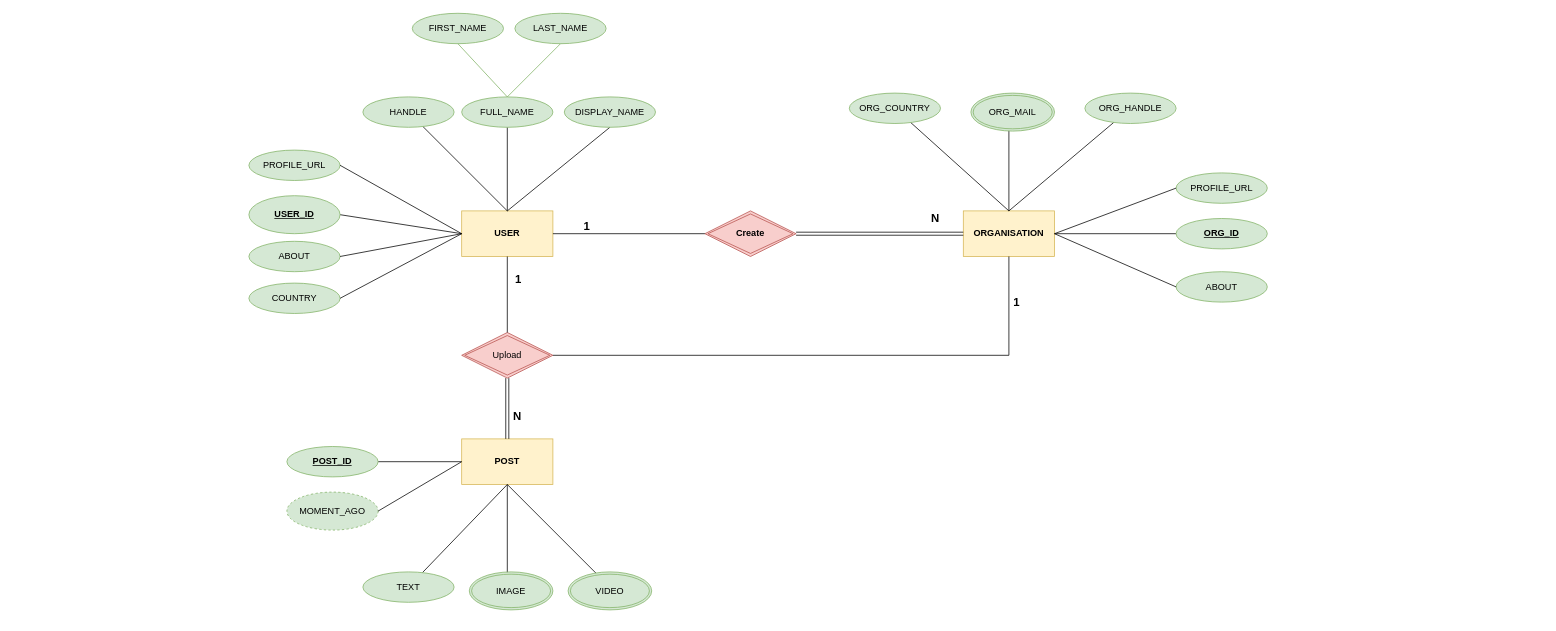
The draw.io diagram codelabz.drawio in mohdhaider07/DrumKit, before the edit. Source tidied: cells renumbered, new cells numbered last; positions are measured from the earlier drawing's top-left corner, leaving out a move shared by most shapes. Both pictures are drawn from the tidied source at 76%, with x=0, y=0 at pixel (249, 13).
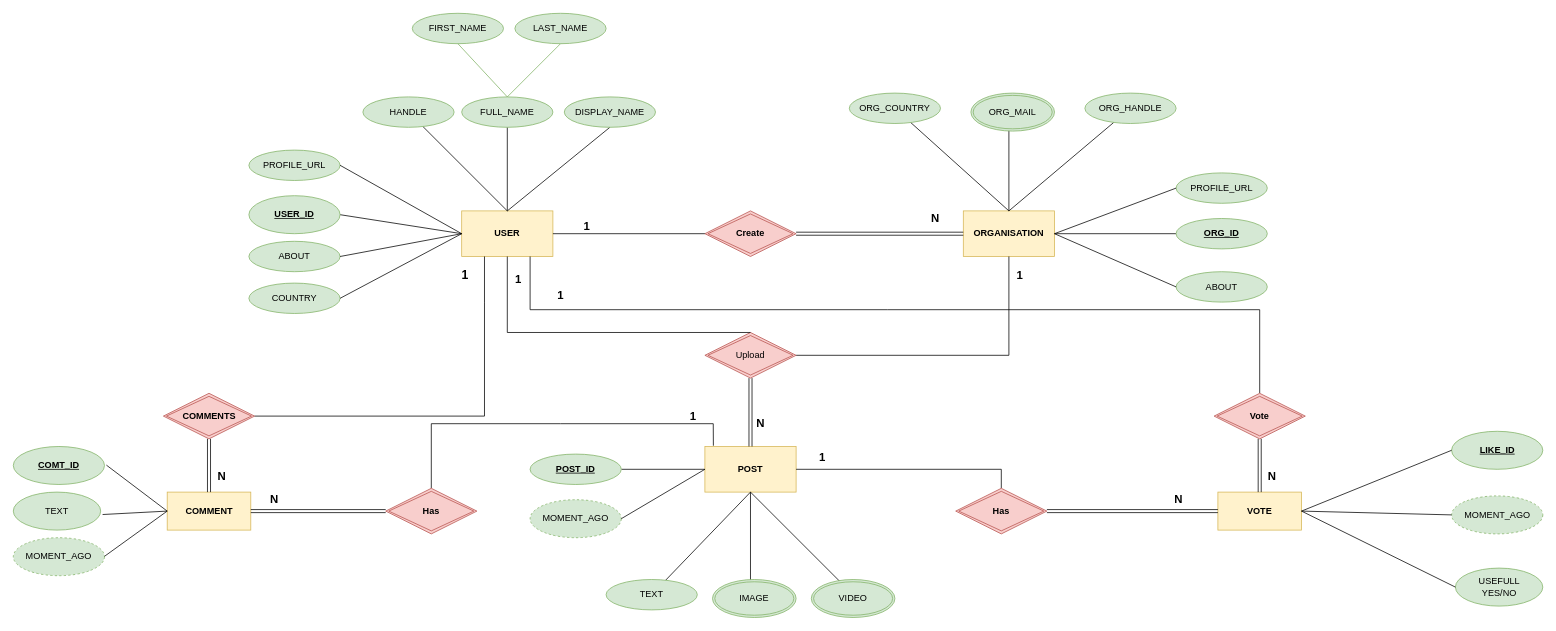
Above is the later version.

Unchanged cells that the change refers to:
```xml
<mxCell id="2" value="USER" style="rounded=0;whiteSpace=wrap;html=1;fillColor=#fff2cc;strokeColor=#d6b656;fontStyle=1;" parent="1" vertex="1">
  <mxGeometry x="280" y="260" width="120" height="60" as="geometry" />
</mxCell>
```

Diff of the diagram source:
```diff
@@
     <mxCell id="18" value="POST" style="rounded=0;whiteSpace=wrap;html=1;fillColor=#fff2cc;strokeColor=#d6b656;fontStyle=1;" parent="1" vertex="1">
-      <mxGeometry x="280" y="560" width="120" height="60" as="geometry" />
+      <mxGeometry x="600" y="570" width="120" height="60" as="geometry" />
     </mxCell>
     <mxCell id="19" style="endArrow=none;html=1;rounded=0;entryX=1;entryY=0.5;entryDx=0;entryDy=0;exitX=0;exitY=0.5;exitDx=0;exitDy=0;" parent="1" edge="1" target="20">
       <mxGeometry relative="1" as="geometry">
-        <mxPoint x="280" y="590" as="sourcePoint" />
+        <mxPoint x="600" y="600" as="sourcePoint" />
       </mxGeometry>
     </mxCell>
     <mxCell id="20" value="&lt;u&gt;POST_ID&lt;/u&gt;" style="ellipse;whiteSpace=wrap;html=1;fillColor=#d5e8d4;strokeColor=#82b366;fontStyle=1;" parent="1" vertex="1">
-      <mxGeometry x="50" y="570" width="120" height="40" as="geometry" />
+      <mxGeometry x="370" y="580" width="120" height="40" as="geometry" />
     </mxCell>
     <mxCell id="21" style="endArrow=none;html=1;rounded=0;" parent="1" edge="1">
       <mxGeometry relative="1" as="geometry">
-        <mxPoint x="340" y="620" as="sourcePoint" />
-        <mxPoint x="340" y="740" as="targetPoint" />
+        <mxPoint x="660" y="630" as="sourcePoint" />
+        <mxPoint x="660" y="750" as="targetPoint" />
       </mxGeometry>
     </mxCell>
@@
     <mxCell id="23" value="TEXT" style="ellipse;whiteSpace=wrap;html=1;fillColor=#d5e8d4;strokeColor=#82b366;" parent="1" vertex="1">
-      <mxGeometry x="150" y="735" width="120" height="40" as="geometry" />
+      <mxGeometry x="470" y="745" width="120" height="40" as="geometry" />
     </mxCell>
     <mxCell id="24" style="endArrow=none;html=1;rounded=0;exitX=0.5;exitY=1;exitDx=0;exitDy=0;" parent="1" edge="1" source="18">
       <mxGeometry relative="1" as="geometry">
-        <mxPoint x="461" y="741" as="targetPoint" />
+        <mxPoint x="781" y="751" as="targetPoint" />
       </mxGeometry>
     </mxCell>
@@
     <mxCell id="26" value="1" style="text;html=1;align=center;verticalAlign=middle;strokeColor=none;fillColor=none;fontSize=15;fontStyle=1;" parent="1" vertex="1">
-      <mxGeometry x="995" y="365" width="30" height="30" as="geometry" />
+      <mxGeometry x="395" y="355" width="30" height="30" as="geometry" />
     </mxCell>
     <mxCell id="27" value="IMAGE" style="ellipse;shape=doubleEllipse;margin=3;whiteSpace=wrap;html=1;align=center;fillColor=#d5e8d4;strokeColor=#82b366;" parent="1" vertex="1">
-      <mxGeometry x="290" y="735" width="110" height="50" as="geometry" />
+      <mxGeometry x="610" y="745" width="110" height="50" as="geometry" />
     </mxCell>
     <mxCell id="28" value="VIDEO" style="ellipse;shape=doubleEllipse;margin=3;whiteSpace=wrap;html=1;align=center;fillColor=#d5e8d4;strokeColor=#82b366;" parent="1" vertex="1">
-      <mxGeometry x="420" y="735" width="110" height="50" as="geometry" />
+      <mxGeometry x="740" y="745" width="110" height="50" as="geometry" />
     </mxCell>
@@
     <mxCell id="38" value="Upload" style="shape=rhombus;double=1;perimeter=rhombusPerimeter;whiteSpace=wrap;html=1;align=center;fillColor=#f8cecc;strokeColor=#b85450;" parent="1" vertex="1">
-      <mxGeometry x="280" y="420" width="120" height="60" as="geometry" />
+      <mxGeometry x="600" y="420" width="120" height="60" as="geometry" />
     </mxCell>
@@
     <mxCell id="40" style="endArrow=none;html=1;rounded=0;exitX=0.5;exitY=1;exitDx=0;exitDy=0;entryX=0.5;entryY=0;entryDx=0;entryDy=0;" parent="1" edge="1" source="2" target="38">
-      <mxGeometry relative="1" as="geometry" />
+      <mxGeometry relative="1" as="geometry">
+        <Array as="points">
+          <mxPoint x="340" y="420" />
+        </Array>
+      </mxGeometry>
     </mxCell>
     <mxCell id="41" value="1" style="html=1;whiteSpace=wrap;align=right;verticalAlign=bottom;fontSize=15;fontStyle=1;" parent="40" vertex="1">
       <mxGeometry x="1" relative="1" as="geometry">
-        <mxPoint x="20" y="-60" as="offset" />
+        <mxPoint x="-300" y="-60" as="offset" />
       </mxGeometry>
     </mxCell>
@@
     <mxCell id="48" value="MOMENT_AGO" style="ellipse;whiteSpace=wrap;html=1;align=center;dashed=1;fillColor=#d5e8d4;strokeColor=#82b366;" parent="1" vertex="1">
-      <mxGeometry x="50" y="630" width="120" height="50" as="geometry" />
+      <mxGeometry x="370" y="640" width="120" height="50" as="geometry" />
     </mxCell>
     <mxCell id="49" style="endArrow=none;html=1;rounded=0;entryX=1;entryY=0.5;entryDx=0;entryDy=0;" parent="1" edge="1" target="48">
       <mxGeometry relative="1" as="geometry">
-        <mxPoint x="280" y="590" as="sourcePoint" />
+        <mxPoint x="600" y="600" as="sourcePoint" />
       </mxGeometry>
     </mxCell>
@@
+    <mxCell id="57" value="COMMENT" style="whiteSpace=wrap;html=1;align=center;fontStyle=1;fillColor=#fff2cc;strokeColor=#d6b656;" parent="1" vertex="1">
+      <mxGeometry x="-107.5" y="630" width="110" height="50" as="geometry" />
+    </mxCell>
+    <mxCell id="58" value="TEXT" style="ellipse;whiteSpace=wrap;html=1;align=center;fontStyle=0;fillColor=#d5e8d4;strokeColor=#82b366;" parent="1" vertex="1">
+      <mxGeometry x="-310" y="630" width="115" height="50" as="geometry" />
+    </mxCell>
+    <mxCell id="59" value="COMT_ID" style="ellipse;whiteSpace=wrap;html=1;align=center;fontStyle=5;fillColor=#d5e8d4;strokeColor=#82b366;" parent="1" vertex="1">
+      <mxGeometry x="-310" y="570" width="120" height="50" as="geometry" />
+    </mxCell>
+    <mxCell id="60" value="MOMENT_AGO" style="ellipse;whiteSpace=wrap;html=1;align=center;dashed=1;fillColor=#d5e8d4;strokeColor=#82b366;fontStyle=0;" parent="1" vertex="1">
+      <mxGeometry x="-310" y="690" width="120" height="50" as="geometry" />
+    </mxCell>
+    <mxCell id="61" style="endArrow=none;html=1;rounded=0;entryX=0;entryY=0.5;entryDx=0;entryDy=0;" parent="1" edge="1" target="57">
+      <mxGeometry relative="1" as="geometry">
+        <mxPoint x="-187.5" y="594.5" as="sourcePoint" />
+      </mxGeometry>
+    </mxCell>
+    <mxCell id="62" style="endArrow=none;html=1;rounded=0;entryX=0;entryY=0.5;entryDx=0;entryDy=0;" parent="1" edge="1" target="57">
+      <mxGeometry relative="1" as="geometry">
+        <mxPoint x="-192.5" y="659.5" as="sourcePoint" />
+      </mxGeometry>
+    </mxCell>
+    <mxCell id="63" style="endArrow=none;html=1;rounded=0;entryX=0;entryY=0.5;entryDx=0;entryDy=0;" parent="1" edge="1" target="57">
+      <mxGeometry relative="1" as="geometry">
+        <mxPoint x="-190" y="714.5" as="sourcePoint" />
+      </mxGeometry>
+    </mxCell>
+    <mxCell id="64" value="COMMENTS" style="shape=rhombus;double=1;perimeter=rhombusPerimeter;whiteSpace=wrap;html=1;align=center;fillColor=#f8cecc;strokeColor=#b85450;fontStyle=1;" parent="1" vertex="1">
+      <mxGeometry x="-112.5" y="500" width="120" height="60" as="geometry" />
+    </mxCell>
+    <mxCell id="65" style="shape=link;html=1;rounded=0;exitX=0.5;exitY=0;exitDx=0;exitDy=0;entryX=0.5;entryY=1;entryDx=0;entryDy=0;" parent="1" edge="1" source="57" target="64">
+      <mxGeometry relative="1" as="geometry" />
+    </mxCell>
+    <mxCell id="66" value="N" style="html=1;whiteSpace=wrap;align=right;verticalAlign=bottom;fontSize=15;fontStyle=1;" parent="65" vertex="1">
+      <mxGeometry x="1" relative="1" as="geometry">
+        <mxPoint x="23" y="60" as="offset" />
+      </mxGeometry>
+    </mxCell>
+    <mxCell id="67" style="endArrow=none;html=1;rounded=0;entryX=0.25;entryY=1;entryDx=0;entryDy=0;exitX=1;exitY=0.5;exitDx=0;exitDy=0;" parent="1" edge="1" source="64" target="2">
+      <mxGeometry relative="1" as="geometry">
+        <Array as="points">
+          <mxPoint x="310" y="530" />
+          <mxPoint x="310" y="380" />
+        </Array>
+      </mxGeometry>
+    </mxCell>
+    <mxCell id="68" value="1" style="html=1;whiteSpace=wrap;align=right;verticalAlign=bottom;fontSize=16;fontStyle=1;" parent="67" vertex="1">
+      <mxGeometry x="1" relative="1" as="geometry">
+        <mxPoint x="-20" y="35" as="offset" />
+      </mxGeometry>
+    </mxCell>
+    <mxCell id="69" style="endArrow=none;html=1;rounded=0;entryX=0.093;entryY=-0.017;entryDx=0;entryDy=0;entryPerimeter=0;exitX=0.5;exitY=0;exitDx=0;exitDy=0;" parent="1" edge="1" source="71" target="18">
+      <mxGeometry relative="1" as="geometry">
+        <Array as="points">
+          <mxPoint x="240" y="540" />
+          <mxPoint x="410" y="540" />
+          <mxPoint x="611" y="540" />
+        </Array>
+      </mxGeometry>
+    </mxCell>
+    <mxCell id="70" value="1" style="html=1;whiteSpace=wrap;align=right;verticalAlign=bottom;fontSize=15;fontStyle=1;" parent="69" vertex="1">
+      <mxGeometry x="1" relative="1" as="geometry">
+        <mxPoint x="-21" y="-29" as="offset" />
+      </mxGeometry>
+    </mxCell>
+    <mxCell id="71" value="Has" style="shape=rhombus;double=1;perimeter=rhombusPerimeter;whiteSpace=wrap;html=1;align=center;fillColor=#f8cecc;strokeColor=#b85450;fontStyle=1;" parent="1" vertex="1">
+      <mxGeometry x="180" y="625" width="120" height="60" as="geometry" />
+    </mxCell>
+    <mxCell id="72" style="shape=link;html=1;rounded=0;exitX=0;exitY=0.5;exitDx=0;exitDy=0;entryX=1;entryY=0.5;entryDx=0;entryDy=0;" parent="1" edge="1" source="71" target="57">
+      <mxGeometry relative="1" as="geometry" />
+    </mxCell>
+    <mxCell id="73" value="N" style="html=1;whiteSpace=wrap;align=right;verticalAlign=bottom;fontSize=15;fontStyle=1;" parent="72" vertex="1">
+      <mxGeometry x="1" relative="1" as="geometry">
+        <mxPoint x="38" y="-5" as="offset" />
+      </mxGeometry>
+    </mxCell>
+    <mxCell id="74" style="endArrow=none;html=1;rounded=0;exitX=0.75;exitY=1;exitDx=0;exitDy=0;entryX=0.5;entryY=0;entryDx=0;entryDy=0;" parent="1" edge="1" source="2" target="83">
+      <mxGeometry relative="1" as="geometry">
+        <Array as="points">
+          <mxPoint x="370" y="390" />
+          <mxPoint x="840" y="390" />
+          <mxPoint x="1330" y="390" />
+        </Array>
+      </mxGeometry>
+    </mxCell>
+    <mxCell id="75" value="1" style="html=1;whiteSpace=wrap;align=right;verticalAlign=bottom;fontSize=15;fontStyle=1;" parent="74" vertex="1">
+      <mxGeometry x="1" relative="1" as="geometry">
+        <mxPoint x="-310" y="-145" as="offset" />
+      </mxGeometry>
+    </mxCell>
+    <mxCell id="76" value="VOTE" style="whiteSpace=wrap;html=1;align=center;fillColor=#fff2cc;strokeColor=#d6b656;fontStyle=1;" parent="1" vertex="1">
+      <mxGeometry x="1275" y="630" width="110" height="50" as="geometry" />
+    </mxCell>
+    <mxCell id="77" value="USEFULL&lt;br&gt;YES/NO" style="ellipse;whiteSpace=wrap;html=1;align=center;fillColor=#d5e8d4;strokeColor=#82b366;" parent="1" vertex="1">
+      <mxGeometry x="1587.5" y="730" width="115" height="50" as="geometry" />
+    </mxCell>
+    <mxCell id="78" value="LIKE_ID" style="ellipse;whiteSpace=wrap;html=1;align=center;fontStyle=5;fillColor=#d5e8d4;strokeColor=#82b366;" parent="1" vertex="1">
+      <mxGeometry x="1582.5" y="550" width="120" height="50" as="geometry" />
+    </mxCell>
+    <mxCell id="79" value="MOMENT_AGO" style="ellipse;whiteSpace=wrap;html=1;align=center;dashed=1;fillColor=#d5e8d4;strokeColor=#82b366;" parent="1" vertex="1">
+      <mxGeometry x="1582.5" y="635" width="120" height="50" as="geometry" />
+    </mxCell>
+    <mxCell id="80" style="endArrow=none;html=1;rounded=0;entryX=1;entryY=0.5;entryDx=0;entryDy=0;exitX=0;exitY=0.5;exitDx=0;exitDy=0;" parent="1" edge="1" source="78" target="76">
+      <mxGeometry relative="1" as="geometry" />
+    </mxCell>
+    <mxCell id="81" style="endArrow=none;html=1;rounded=0;entryX=1;entryY=0.5;entryDx=0;entryDy=0;exitX=0;exitY=0.5;exitDx=0;exitDy=0;" parent="1" edge="1" source="77" target="76">
+      <mxGeometry relative="1" as="geometry" />
+    </mxCell>
+    <mxCell id="82" style="endArrow=none;html=1;rounded=0;entryX=1;entryY=0.5;entryDx=0;entryDy=0;exitX=0;exitY=0.5;exitDx=0;exitDy=0;" parent="1" edge="1" source="79" target="76">
+      <mxGeometry relative="1" as="geometry" />
+    </mxCell>
+    <mxCell id="83" value="Vote" style="shape=rhombus;double=1;perimeter=rhombusPerimeter;whiteSpace=wrap;html=1;align=center;fontStyle=1;fillColor=#f8cecc;strokeColor=#b85450;" parent="1" vertex="1">
+      <mxGeometry x="1270" y="500" width="120" height="60" as="geometry" />
+    </mxCell>
+    <mxCell id="84" style="shape=link;html=1;rounded=0;exitX=0.5;exitY=0;exitDx=0;exitDy=0;entryX=0.5;entryY=1;entryDx=0;entryDy=0;" parent="1" edge="1" source="76" target="83">
+      <mxGeometry relative="1" as="geometry" />
+    </mxCell>
+    <mxCell id="85" value="N" style="html=1;whiteSpace=wrap;align=right;verticalAlign=bottom;fontSize=15;fontStyle=1;" parent="84" vertex="1">
+      <mxGeometry x="1" relative="1" as="geometry">
+        <mxPoint x="23" y="60" as="offset" />
+      </mxGeometry>
+    </mxCell>
+    <mxCell id="86" style="endArrow=none;html=1;rounded=0;exitX=1;exitY=0.5;exitDx=0;exitDy=0;entryX=0.5;entryY=0;entryDx=0;entryDy=0;" parent="1" edge="1" source="18" target="88">
+      <mxGeometry relative="1" as="geometry">
+        <Array as="points">
+          <mxPoint x="990" y="600" />
+        </Array>
+      </mxGeometry>
+    </mxCell>
+    <mxCell id="87" value="1" style="html=1;whiteSpace=wrap;align=right;verticalAlign=bottom;fontSize=15;fontStyle=1;" parent="86" vertex="1">
+      <mxGeometry x="1" relative="1" as="geometry">
+        <mxPoint x="-230" y="-30" as="offset" />
+      </mxGeometry>
+    </mxCell>
+    <mxCell id="88" value="Has" style="shape=rhombus;double=1;perimeter=rhombusPerimeter;whiteSpace=wrap;html=1;align=center;fillColor=#f8cecc;strokeColor=#b85450;fontStyle=1;" parent="1" vertex="1">
+      <mxGeometry x="930" y="625" width="120" height="60" as="geometry" />
+    </mxCell>
+    <mxCell id="89" style="shape=link;html=1;rounded=0;exitX=1;exitY=0.5;exitDx=0;exitDy=0;entryX=0;entryY=0.5;entryDx=0;entryDy=0;" parent="1" edge="1" source="88" target="76">
+      <mxGeometry relative="1" as="geometry" />
+    </mxCell>
+    <mxCell id="90" value="N" style="html=1;whiteSpace=wrap;align=right;verticalAlign=bottom;fontSize=15;fontStyle=1;" parent="89" vertex="1">
+      <mxGeometry x="1" relative="1" as="geometry">
+        <mxPoint x="-45" y="-5" as="offset" />
+      </mxGeometry>
+    </mxCell>
```
